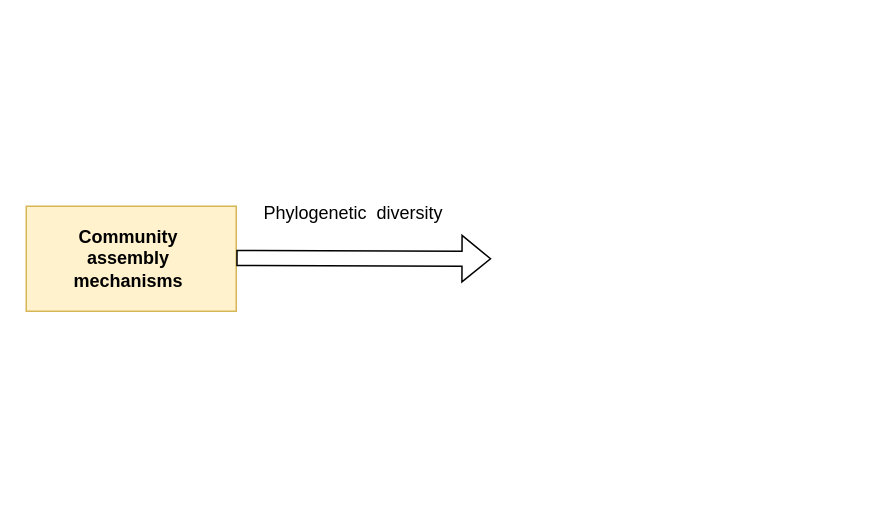
Above: βBNTI.drawio in Jiangjao/bioinformatics (draw.io), before the change. Source tidied: cells renumbered, new cells numbered last; positions are measured from the earlier drawing's top-left corner, leaving out a move shared by most shapes. Both pictures are drawn from the tidied source at 150%, with x=0, y=0 at pixel (26, 190).
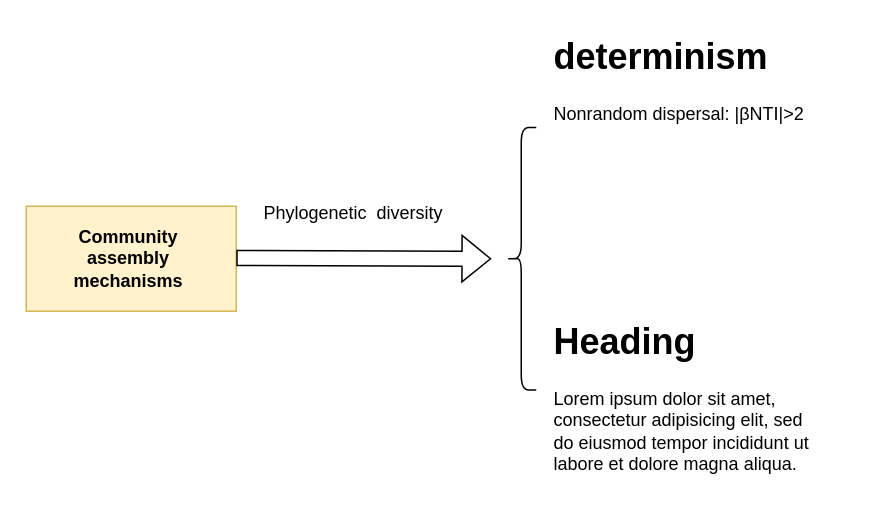
The same page after the edit.

What changed in the source:
```diff
@@
 <mxGraphModel>
   <root>
     <mxCell id="0" />
     <mxCell id="1" parent="0" />
     <mxCell id="2" value="&lt;b&gt;Community&amp;nbsp;&lt;/b&gt;&lt;div&gt;&lt;b&gt;assembly&amp;nbsp;&lt;/b&gt;&lt;div&gt;&lt;b&gt;mechanisms&amp;nbsp;&lt;/b&gt;&lt;/div&gt;&lt;/div&gt;" style="rounded=0;whiteSpace=wrap;html=1;fillColor=#fff2cc;strokeColor=#d6b656;" parent="1" vertex="1">
       <mxGeometry y="10" width="140" height="70" as="geometry" />
     </mxCell>
     <mxCell id="3" style="shape=flexArrow;endArrow=classic;html=1;rounded=0;" parent="1" edge="1">
       <mxGeometry relative="1" as="geometry">
         <mxPoint x="140" y="44.5" as="sourcePoint" />
         <mxPoint x="310" y="45" as="targetPoint" />
       </mxGeometry>
     </mxCell>
     <mxCell id="4" value="Phylogenetic&amp;nbsp;&amp;nbsp;diversity&amp;nbsp;" style="text;html=1;align=center;verticalAlign=middle;whiteSpace=wrap;rounded=0;" parent="1" vertex="1">
       <mxGeometry x="170" width="100" height="30" as="geometry" />
     </mxCell>
+    <mxCell id="5" style="shape=curlyBracket;whiteSpace=wrap;html=1;rounded=1;labelPosition=left;verticalLabelPosition=middle;align=right;verticalAlign=middle;" parent="1" vertex="1">
+      <mxGeometry x="320" y="-42.5" width="20" height="175" as="geometry" />
+    </mxCell>
+    <mxCell id="6" value="&lt;h1 style=&quot;margin-top: 0px;&quot;&gt;determinism&lt;/h1&gt;&lt;p&gt;Nonrandom dispersal: |βNTI|&amp;gt;2&lt;/p&gt;" style="text;html=1;whiteSpace=wrap;overflow=hidden;rounded=0;" parent="1" vertex="1">
+      <mxGeometry x="350" y="-110" width="210" height="120" as="geometry" />
+    </mxCell>
+    <mxCell id="7" value="&lt;h1 style=&quot;margin-top: 0px;&quot;&gt;Heading&lt;/h1&gt;&lt;p&gt;Lorem ipsum dolor sit amet, consectetur adipisicing elit, sed do eiusmod tempor incididunt ut labore et dolore magna aliqua.&lt;/p&gt;" style="text;html=1;whiteSpace=wrap;overflow=hidden;rounded=0;" parent="1" vertex="1">
+      <mxGeometry x="350" y="80" width="180" height="120" as="geometry" />
+    </mxCell>
   </root>
 </mxGraphModel>
```
